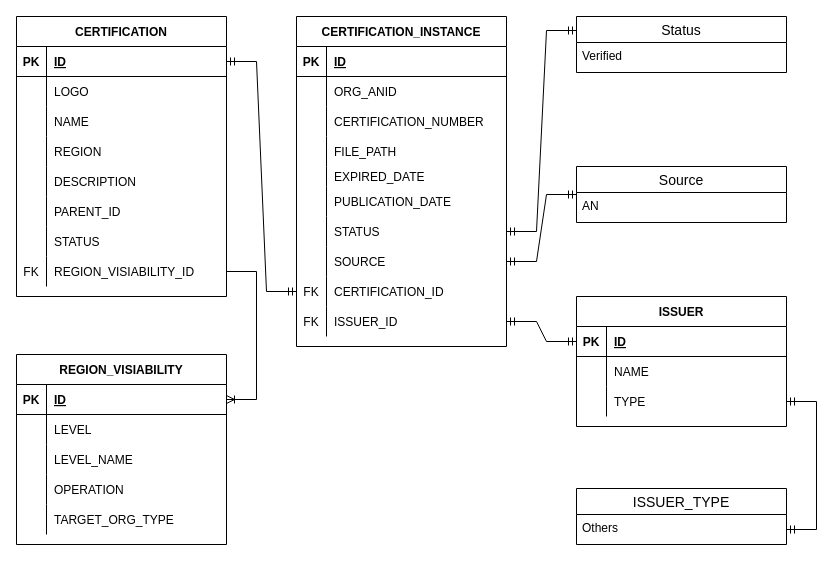
huangshijie/Drawio keeps this draw.io diagram as Copy of certificationService.er.drawio. Above is the earlier version. Source tidied: cells renumbered, new cells numbered last; positions are measured from the earlier drawing's top-left corner, leaving out a move shared by most shapes. Both pictures are drawn from the tidied source at 100%, with x=0, y=0 at pixel (16, 16).
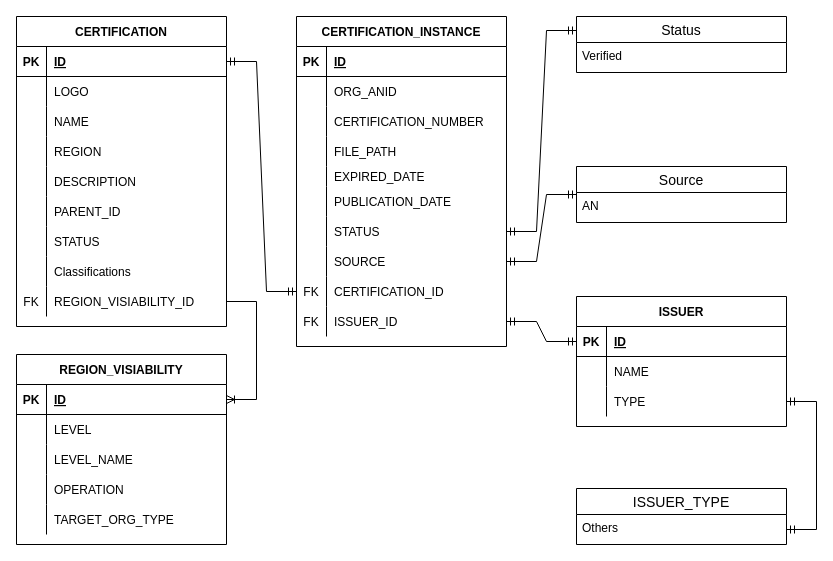
Above is the later version.

The edit, as a diff of the source:
```diff
@@
     <mxCell id="2" value="CERTIFICATION" style="shape=table;startSize=30;childLayout=tableLayout;rowLines=0;fontStyle=1;align=center;" parent="1" vertex="1">
-      <mxGeometry width="210" height="280" as="geometry" />
+      <mxGeometry width="210" height="310" as="geometry" />
     </mxCell>
@@
+    <mxCell id="96" style="shape=tableRow;horizontal=0;startSize=0;swimlaneHead=0;swimlaneBody=0;fillColor=none;top=0;left=0;right=0;bottom=0;" parent="2" vertex="1">
+      <mxGeometry y="240" width="210" height="30" as="geometry" />
+    </mxCell>
+    <mxCell id="97" style="shape=partialRectangle;fillColor=none;top=0;left=0;bottom=0;right=0;overflow=hidden;" parent="96" vertex="1">
+      <mxGeometry width="30" height="30" as="geometry" />
+    </mxCell>
+    <mxCell id="98" value="Classifications" style="shape=partialRectangle;fillColor=none;top=0;left=0;bottom=0;right=0;align=left;spacingLeft=6;overflow=hidden;" parent="96" vertex="1">
+      <mxGeometry x="30" width="180" height="30" as="geometry" />
+    </mxCell>
     <mxCell id="24" style="shape=tableRow;horizontal=0;startSize=0;swimlaneHead=0;swimlaneBody=0;fillColor=none;points=[[0,0.5],[1,0.5]];portConstraint=eastwest;top=0;left=0;right=0;bottom=0;" parent="2" vertex="1">
-      <mxGeometry y="240" width="210" height="30" as="geometry" />
+      <mxGeometry y="270" width="210" height="30" as="geometry" />
     </mxCell>
```
